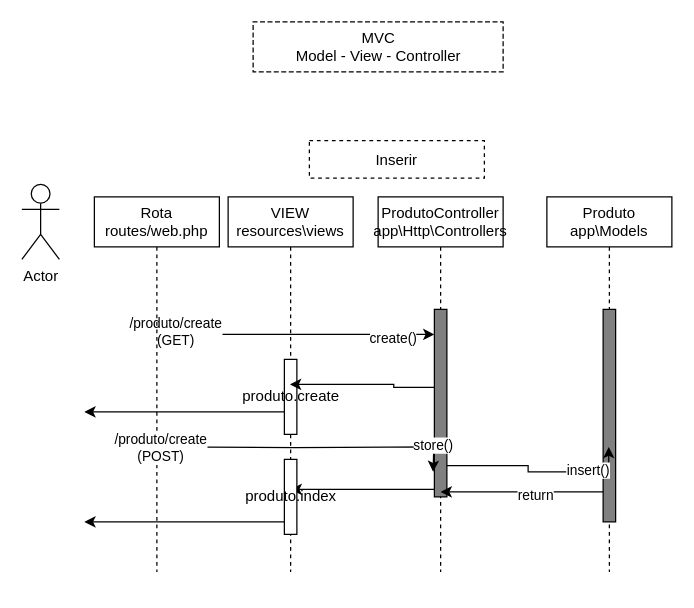
Before: crud_diagramas/sequencia_inserir.drawio in andreneves/PF, a draw.io diagram. Source tidied: cells renumbered, new cells numbered last; positions are measured from the earlier drawing's top-left corner, leaving out a move shared by most shapes. Both pictures are drawn from the tidied source at 125%, with x=0, y=0 at pixel (21, 21).
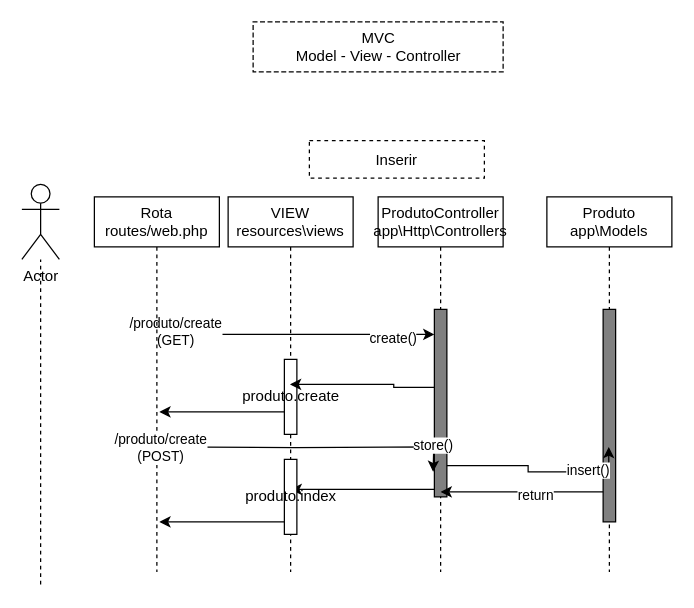
Above is the later version.

The change refers to these unchanged cells:
```xml
<mxCell id="16" value="Actor" style="shape=umlActor;verticalLabelPosition=bottom;verticalAlign=top;html=1;" parent="1" vertex="1">
  <mxGeometry y="130" width="30" height="60" as="geometry" />
</mxCell>
```

What changed in the source:
```diff
@@
     <mxCell id="17" style="edgeStyle=orthogonalEdgeStyle;rounded=0;orthogonalLoop=1;jettySize=auto;html=1;" parent="1" edge="1">
       <mxGeometry relative="1" as="geometry">
         <mxPoint x="210" y="312" as="sourcePoint" />
-        <mxPoint x="50" y="312" as="targetPoint" />
+        <mxPoint x="110" y="312" as="targetPoint" />
         <Array as="points">
           <mxPoint x="110" y="312" />
         </Array>
       </mxGeometry>
     </mxCell>
@@
     <mxCell id="26" style="edgeStyle=orthogonalEdgeStyle;rounded=0;orthogonalLoop=1;jettySize=auto;html=1;" parent="1" edge="1">
       <mxGeometry relative="1" as="geometry">
         <mxPoint x="210" y="400" as="sourcePoint" />
-        <mxPoint x="50" y="400" as="targetPoint" />
+        <mxPoint x="110" y="400" as="targetPoint" />
       </mxGeometry>
     </mxCell>
@@
+    <mxCell id="28" style="endArrow=none;dashed=1;html=1;" parent="1" edge="1" target="16">
+      <mxGeometry relative="1" as="geometry">
+        <mxPoint x="15" y="450" as="sourcePoint" />
+      </mxGeometry>
+    </mxCell>
```
